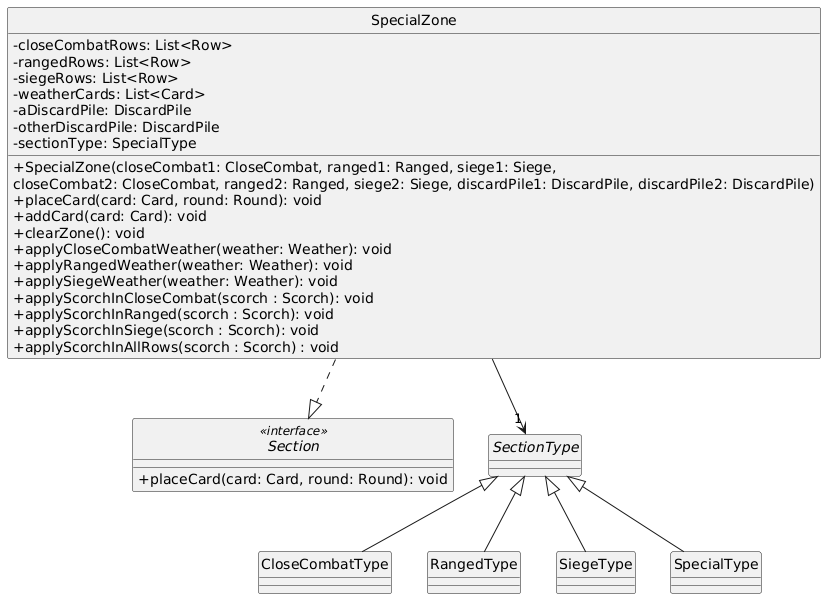
This is diagrams/classes/specialZone.png from Yonhir/algo3_proyecto_base_tp2, a PlantUML export, as it was before one commit. Source of this version:
```plantuml
@startuml
skinparam monochrome true
hide circle
skinparam classAttributeIconSize 0

class SpecialZone {
  -closeCombatRows: List<Row>
  -rangedRows: List<Row>
  -siegeRows: List<Row>
  -weatherCards: List<Card>
  -aDiscardPile: DiscardPile
  -otherDiscardPile: DiscardPile
  -sectionType: SpecialType
  +SpecialZone(closeCombat1: CloseCombat, ranged1: Ranged, siege1: Siege,
  closeCombat2: CloseCombat, ranged2: Ranged, siege2: Siege, discardPile1: DiscardPile, discardPile2: DiscardPile)
  +placeCard(card: Card, round: Round): void
  +addCard(card: Card): void
  +clearZone(): void
  +applyCloseCombatWeather(weather: Weather): void
  +applyRangedWeather(weather: Weather): void
  +applySiegeWeather(weather: Weather): void
  +applyScorchInCloseCombat(scorch : Scorch): void
  +applyScorchInRanged(scorch : Scorch): void
  +applyScorchInSiege(scorch : Scorch): void
  +applyScorchInAllRows(scorch : Scorch) : void
}


interface Section <<interface>> {
  +placeCard(card: Card, round: Round): void
}


abstract class SectionType
class CloseCombatType
class RangedType
class SiegeType
class SpecialType
SectionType <|-- SpecialType
SectionType <|-- CloseCombatType
SectionType <|-- RangedType
SectionType <|-- SiegeType

SpecialZone ..|> Section
SpecialZone --> "1" SectionType
@enduml
```
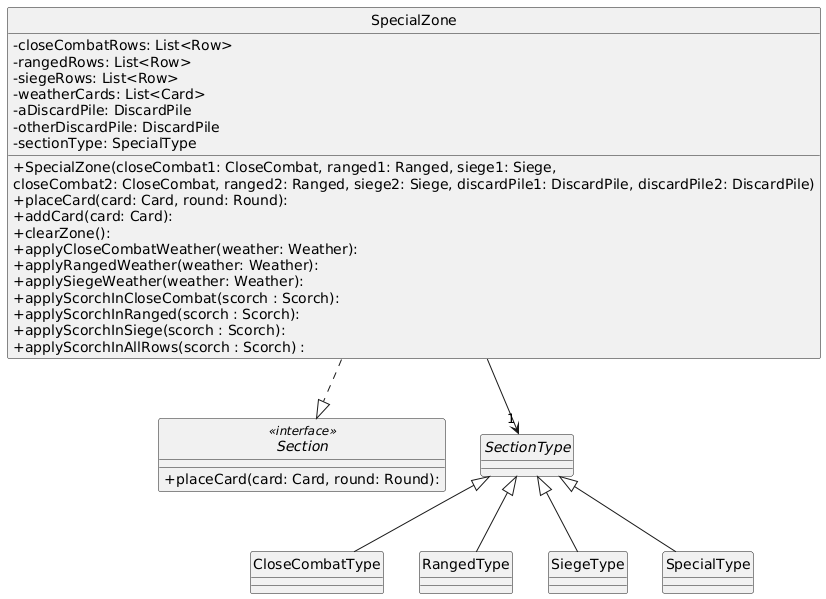
The same diagram one commit later.

Commit message:
saco void de diagramas

What changed in the source:
```diff
@@ -13,21 +13,21 @@
   -sectionType: SpecialType
   +SpecialZone(closeCombat1: CloseCombat, ranged1: Ranged, siege1: Siege,
   closeCombat2: CloseCombat, ranged2: Ranged, siege2: Siege, discardPile1: DiscardPile, discardPile2: DiscardPile)
-  +placeCard(card: Card, round: Round): void
-  +addCard(card: Card): void
-  +clearZone(): void
-  +applyCloseCombatWeather(weather: Weather): void
-  +applyRangedWeather(weather: Weather): void
-  +applySiegeWeather(weather: Weather): void
-  +applyScorchInCloseCombat(scorch : Scorch): void
-  +applyScorchInRanged(scorch : Scorch): void
-  +applyScorchInSiege(scorch : Scorch): void
-  +applyScorchInAllRows(scorch : Scorch) : void
+  +placeCard(card: Card, round: Round):
+  +addCard(card: Card):
+  +clearZone():
+  +applyCloseCombatWeather(weather: Weather):
+  +applyRangedWeather(weather: Weather):
+  +applySiegeWeather(weather: Weather):
+  +applyScorchInCloseCombat(scorch : Scorch):
+  +applyScorchInRanged(scorch : Scorch):
+  +applyScorchInSiege(scorch : Scorch):
+  +applyScorchInAllRows(scorch : Scorch) :
 }
 
 
 interface Section <<interface>> {
-  +placeCard(card: Card, round: Round): void
+  +placeCard(card: Card, round: Round):
 }
 
 
```
